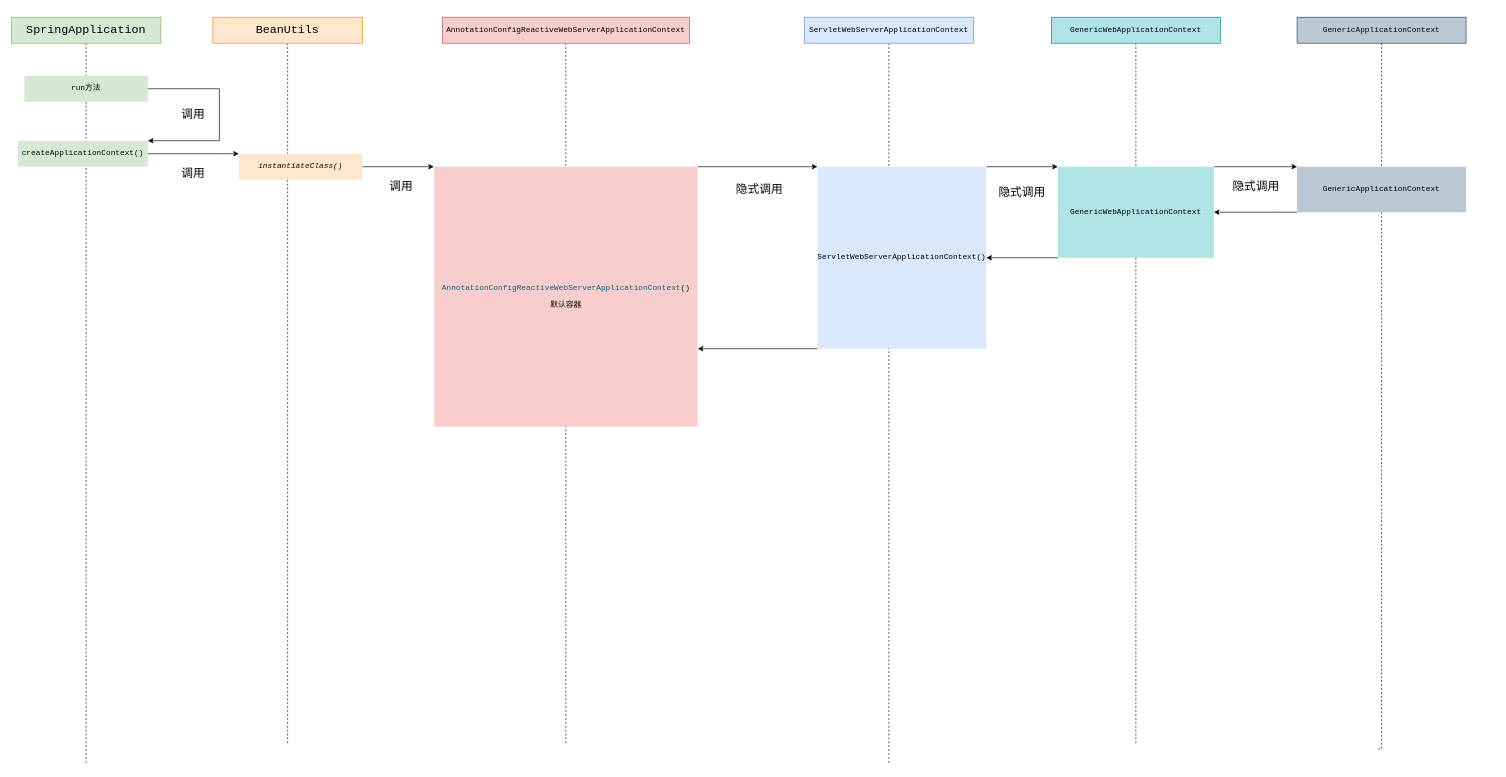
Syske/person-learning-note keeps this draw.io diagram as 图表文件/spring/BeanFactory创建过程.drawio. Above is the earlier version. Source tidied: cells renumbered, new cells numbered last; positions are measured from the earlier drawing's top-left corner, leaving out a move shared by most shapes. Both pictures are drawn from the tidied source at 65%, with x=0, y=0 at pixel (11, 17).
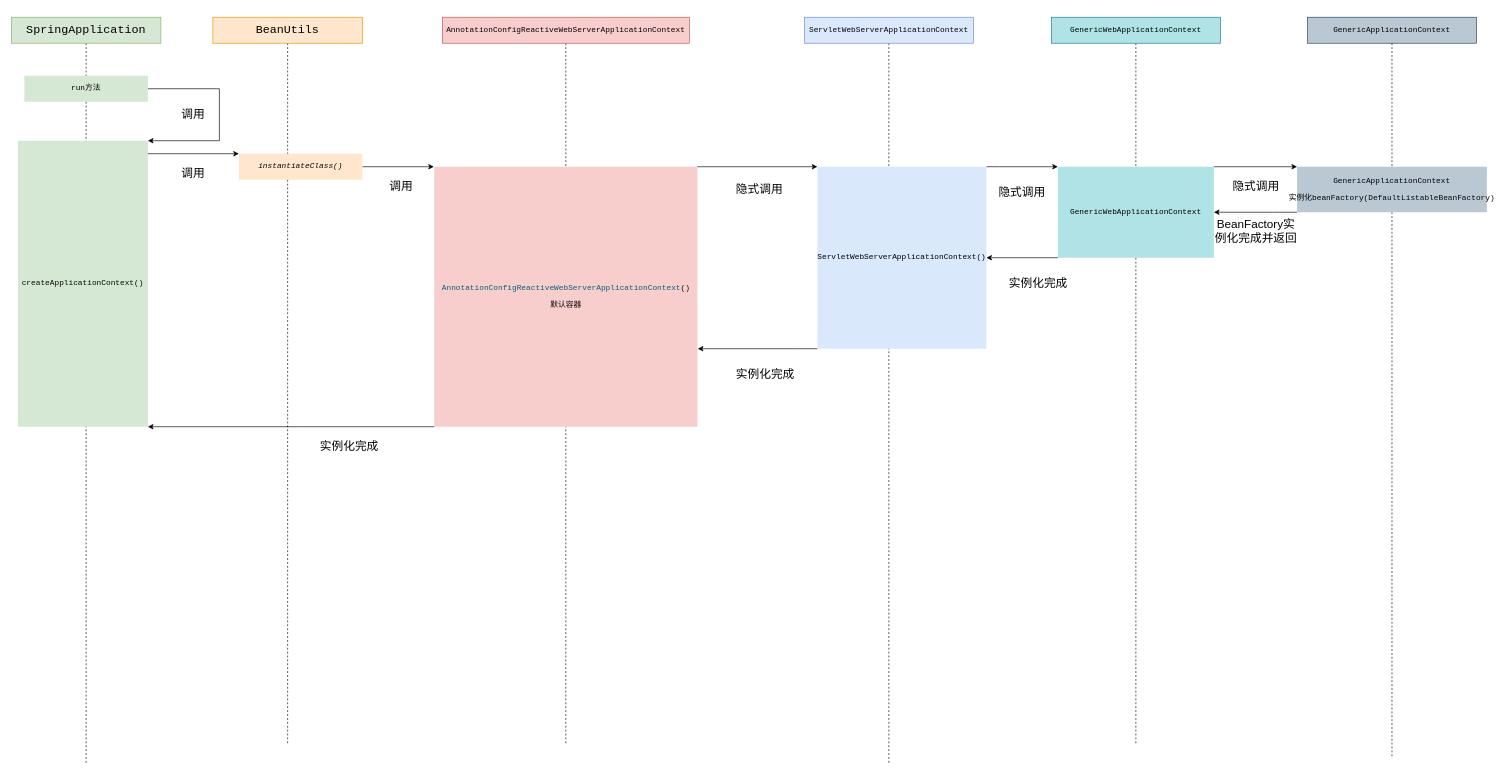
The same page after the edit.

Commit message (it also covers changes not shown here):
add new note about spring boot

The change refers to these unchanged cells:
```xml
<mxCell id="11" value="&lt;pre style=&quot;color: rgb(8 , 8 , 8) ; font-family: &amp;#34;jetbrains mono&amp;#34; , monospace&quot;&gt;&lt;pre style=&quot;font-family: &amp;#34;jetbrains mono&amp;#34; , monospace&quot;&gt;&lt;pre style=&quot;font-family: &amp;#34;jetbrains mono&amp;#34; , monospace&quot;&gt;&lt;span style=&quot;font-style: italic&quot;&gt;&lt;font style=&quot;font-size: 12px&quot;&gt;instantiateClass()&lt;/font&gt;&lt;/span&gt;&lt;/pre&gt;&lt;/pre&gt;&lt;/pre&gt;" style="rounded=0;whiteSpace=wrap;html=1;fillColor=#ffe6cc;strokeColor=none;" parent="1" vertex="1">
  <mxGeometry x="350" y="210" width="190" height="40" as="geometry" />
</mxCell>
<mxCell id="15" value="&lt;pre style=&quot;color: rgb(8 , 8 , 8) ; font-family: &amp;#34;jetbrains mono&amp;#34; , monospace&quot;&gt;&lt;pre style=&quot;font-family: &amp;#34;jetbrains mono&amp;#34; , monospace&quot;&gt;&lt;pre style=&quot;font-family: &amp;#34;jetbrains mono&amp;#34; , monospace&quot;&gt;&lt;pre style=&quot;font-family: &amp;#34;jetbrains mono&amp;#34; , monospace&quot;&gt;&lt;span style=&quot;color: #00627a&quot;&gt;AnnotationConfigReactiveWebServerApplicationContext&lt;/span&gt;()&lt;/pre&gt;&lt;pre style=&quot;font-family: &amp;#34;jetbrains mono&amp;#34; , monospace&quot;&gt;默认容器&lt;/pre&gt;&lt;/pre&gt;&lt;/pre&gt;&lt;/pre&gt;" style="rounded=0;whiteSpace=wrap;html=1;fillColor=#f8cecc;strokeColor=none;" parent="1" vertex="1">
  <mxGeometry x="650.5" y="230" width="405" height="400" as="geometry" />
</mxCell>
```

Change to the diagram source:
```diff
@@
-    <mxCell id="6" style="edgeStyle=orthogonalEdgeStyle;rounded=0;jettySize=auto;html=1;exitX=1;exitY=0.5;exitDx=0;exitDy=0;entryX=0;entryY=0;entryDx=0;entryDy=0;endArrow=classic;endFill=1;" parent="1" edge="1" source="7" target="11">
+    <mxCell id="6" style="edgeStyle=orthogonalEdgeStyle;rounded=0;jettySize=auto;html=1;entryX=0;entryY=0;entryDx=0;entryDy=0;endArrow=classic;endFill=1;exitX=0.995;exitY=0.042;exitDx=0;exitDy=0;exitPerimeter=0;" parent="1" edge="1" source="7" target="11">
       <mxGeometry relative="1" as="geometry">
         <Array as="points">
-          <mxPoint x="320" y="210" />
-          <mxPoint x="320" y="210" />
+          <mxPoint x="209" y="210" />
         </Array>
       </mxGeometry>
     </mxCell>
     <mxCell id="7" value="&lt;pre style=&quot;color: rgb(8 , 8 , 8) ; font-family: &amp;#34;jetbrains mono&amp;#34; , monospace&quot;&gt;&lt;pre style=&quot;font-family: &amp;#34;jetbrains mono&amp;#34; , monospace&quot;&gt;&lt;font style=&quot;font-size: 12px&quot;&gt;createApplicationContext()&lt;/font&gt;&lt;/pre&gt;&lt;/pre&gt;" style="rounded=0;whiteSpace=wrap;html=1;fillColor=#d5e8d4;strokeColor=none;" parent="1" vertex="1">
-      <mxGeometry x="10" y="190" width="200" height="40" as="geometry" />
+      <mxGeometry x="10" y="190" width="200" height="440" as="geometry" />
     </mxCell>
@@
+    <mxCell id="37" style="edgeStyle=orthogonalEdgeStyle;rounded=0;jettySize=auto;html=1;exitX=0;exitY=1;exitDx=0;exitDy=0;entryX=1;entryY=1;entryDx=0;entryDy=0;" parent="1" edge="1" source="15" target="7">
+      <mxGeometry relative="1" as="geometry">
+        <Array as="points">
+          <mxPoint x="440" y="630" />
+          <mxPoint x="440" y="630" />
+        </Array>
+      </mxGeometry>
+    </mxCell>
@@
     <mxCell id="26" style="edgeStyle=orthogonalEdgeStyle;rounded=0;jettySize=auto;html=1;exitX=0.5;exitY=1;exitDx=0;exitDy=0;fontColor=#000000;endArrow=none;endFill=0;dashed=1;startArrow=none;" parent="1" edge="1" source="29">
       <mxGeometry relative="1" as="geometry">
-        <mxPoint x="2100" y="1126" as="targetPoint" />
+        <mxPoint x="2124" y="1140" as="targetPoint" />
         <Array as="points">
-          <mxPoint x="2100" y="1126" />
+          <mxPoint x="2124" y="1130" />
+          <mxPoint x="2124" y="1130" />
         </Array>
       </mxGeometry>
     </mxCell>
     <mxCell id="27" value="&lt;pre style=&quot;font-family: &amp;quot;jetbrains mono&amp;quot; , monospace&quot;&gt;&lt;pre style=&quot;font-family: &amp;quot;jetbrains mono&amp;quot; , monospace&quot;&gt;&lt;pre style=&quot;font-family: &amp;quot;jetbrains mono&amp;quot; , monospace&quot;&gt;&lt;pre style=&quot;color: rgb(8 , 8 , 8) ; font-family: &amp;quot;jetbrains mono&amp;quot; , monospace&quot;&gt;&lt;pre style=&quot;font-family: &amp;quot;jetbrains mono&amp;quot; , monospace&quot;&gt;&lt;pre style=&quot;font-family: &amp;quot;jetbrains mono&amp;quot; , monospace&quot;&gt;&lt;pre style=&quot;font-family: &amp;quot;jetbrains mono&amp;quot;, monospace;&quot;&gt;&lt;span style=&quot;color: rgb(0 , 0 , 0)&quot;&gt;&lt;font style=&quot;font-size: 12px&quot;&gt;GenericApplicationContext&lt;/font&gt;&lt;/span&gt;&lt;/pre&gt;&lt;/pre&gt;&lt;/pre&gt;&lt;/pre&gt;&lt;/pre&gt;&lt;/pre&gt;&lt;/pre&gt;" style="rounded=0;whiteSpace=wrap;html=1;fillColor=#bac8d3;strokeColor=#23445d;" parent="1" vertex="1">
-      <mxGeometry x="1978" width="260" height="40" as="geometry" />
+      <mxGeometry x="1994" width="260" height="40" as="geometry" />
     </mxCell>
@@
-    <mxCell id="29" value="&lt;pre style=&quot;font-family: &amp;quot;jetbrains mono&amp;quot; , monospace&quot;&gt;&lt;pre style=&quot;font-family: &amp;quot;jetbrains mono&amp;quot; , monospace&quot;&gt;&lt;pre style=&quot;font-family: &amp;quot;jetbrains mono&amp;quot; , monospace&quot;&gt;&lt;pre style=&quot;color: rgb(8 , 8 , 8) ; font-family: &amp;quot;jetbrains mono&amp;quot; , monospace&quot;&gt;&lt;pre style=&quot;font-family: &amp;quot;jetbrains mono&amp;quot; , monospace&quot;&gt;&lt;pre style=&quot;font-family: &amp;quot;jetbrains mono&amp;quot; , monospace&quot;&gt;&lt;pre style=&quot;font-family: &amp;quot;jetbrains mono&amp;quot;, monospace;&quot;&gt;&lt;span style=&quot;color: rgb(0 , 0 , 0)&quot;&gt;&lt;font style=&quot;font-size: 12px&quot;&gt;GenericApplicationContext&lt;/font&gt;&lt;/span&gt;&lt;/pre&gt;&lt;/pre&gt;&lt;/pre&gt;&lt;/pre&gt;&lt;/pre&gt;&lt;/pre&gt;&lt;/pre&gt;" style="rounded=0;whiteSpace=wrap;html=1;fillColor=#bac8d3;strokeColor=none;" parent="1" vertex="1">
-      <mxGeometry x="1978" y="230" width="260" height="70" as="geometry" />
+    <mxCell id="29" value="&lt;pre style=&quot;font-family: &amp;#34;jetbrains mono&amp;#34; , monospace&quot;&gt;&lt;pre style=&quot;font-family: &amp;#34;jetbrains mono&amp;#34; , monospace&quot;&gt;&lt;pre style=&quot;font-family: &amp;#34;jetbrains mono&amp;#34; , monospace&quot;&gt;&lt;pre style=&quot;color: rgb(8 , 8 , 8) ; font-family: &amp;#34;jetbrains mono&amp;#34; , monospace&quot;&gt;&lt;pre style=&quot;font-family: &amp;#34;jetbrains mono&amp;#34; , monospace&quot;&gt;&lt;pre style=&quot;font-family: &amp;#34;jetbrains mono&amp;#34; , monospace&quot;&gt;&lt;pre style=&quot;font-family: &amp;#34;jetbrains mono&amp;#34; , monospace&quot;&gt;&lt;span style=&quot;color: rgb(0 , 0 , 0)&quot;&gt;&lt;font style=&quot;font-size: 12px&quot;&gt;GenericApplicationContext&lt;/font&gt;&lt;/span&gt;&lt;/pre&gt;&lt;pre style=&quot;font-family: &amp;#34;jetbrains mono&amp;#34; , monospace&quot;&gt;&lt;span style=&quot;color: rgb(0 , 0 , 0)&quot;&gt;&lt;font style=&quot;font-size: 12px&quot;&gt;实例化beanFactory(&lt;/font&gt;&lt;/span&gt;DefaultListableBeanFactory)&lt;br&gt;&lt;/pre&gt;&lt;/pre&gt;&lt;/pre&gt;&lt;/pre&gt;&lt;/pre&gt;&lt;/pre&gt;&lt;/pre&gt;" style="rounded=0;whiteSpace=wrap;html=1;fillColor=#bac8d3;strokeColor=none;" parent="1" vertex="1">
+      <mxGeometry x="1978" y="230" width="292" height="70" as="geometry" />
     </mxCell>
@@
+    <mxCell id="38" value="&lt;font style=&quot;font-size: 18px&quot;&gt;BeanFactory实例化完成并返回&lt;/font&gt;" style="text;html=1;strokeColor=none;fillColor=none;align=center;verticalAlign=middle;whiteSpace=wrap;rounded=0;fontColor=#000000;" parent="1" vertex="1">
+      <mxGeometry x="1850" y="310" width="130" height="40" as="geometry" />
+    </mxCell>
+    <mxCell id="39" value="&lt;font style=&quot;font-size: 18px&quot;&gt;实例化完成&lt;/font&gt;" style="text;html=1;strokeColor=none;fillColor=none;align=center;verticalAlign=middle;whiteSpace=wrap;rounded=0;fontColor=#000000;" parent="1" vertex="1">
+      <mxGeometry x="440" y="640" width="160" height="40" as="geometry" />
+    </mxCell>
+    <mxCell id="40" value="&lt;font style=&quot;font-size: 18px&quot;&gt;实例化完成&lt;/font&gt;" style="text;html=1;strokeColor=none;fillColor=none;align=center;verticalAlign=middle;whiteSpace=wrap;rounded=0;fontColor=#000000;" parent="1" vertex="1">
+      <mxGeometry x="1080" y="530" width="160" height="40" as="geometry" />
+    </mxCell>
+    <mxCell id="41" value="&lt;font style=&quot;font-size: 18px&quot;&gt;实例化完成&lt;/font&gt;" style="text;html=1;strokeColor=none;fillColor=none;align=center;verticalAlign=middle;whiteSpace=wrap;rounded=0;fontColor=#000000;" parent="1" vertex="1">
+      <mxGeometry x="1500" y="390" width="160" height="40" as="geometry" />
+    </mxCell>
```
